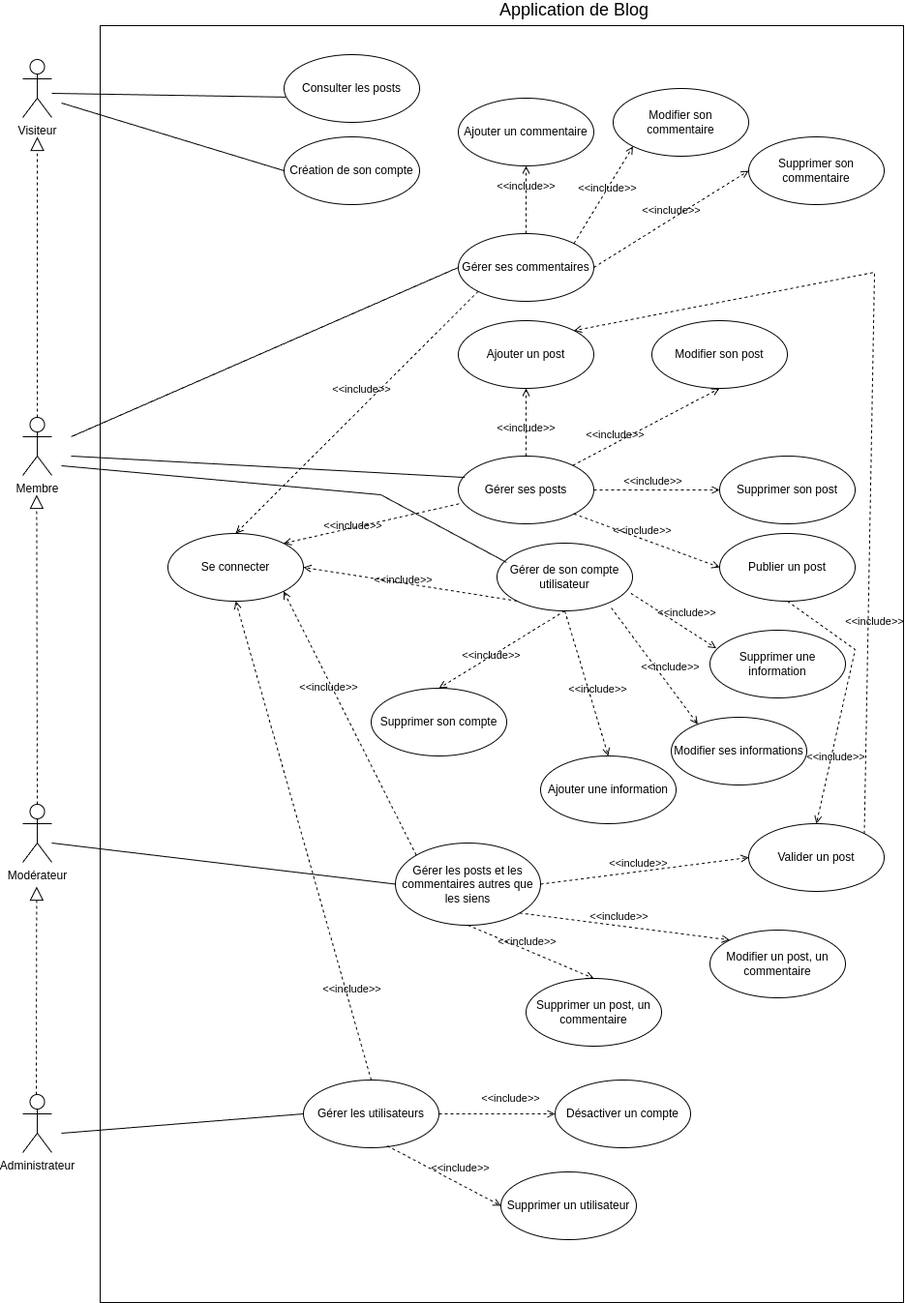
The draw.io diagram diagrammes/useCaseDiagram.drawio.png in GabrielSAPONARA/CreateYourFirstPhpBlog, before a commit. Source tidied: cells renumbered, new cells last; positions are measured from the earlier drawing's top-left corner, leaving out a move shared by most shapes.
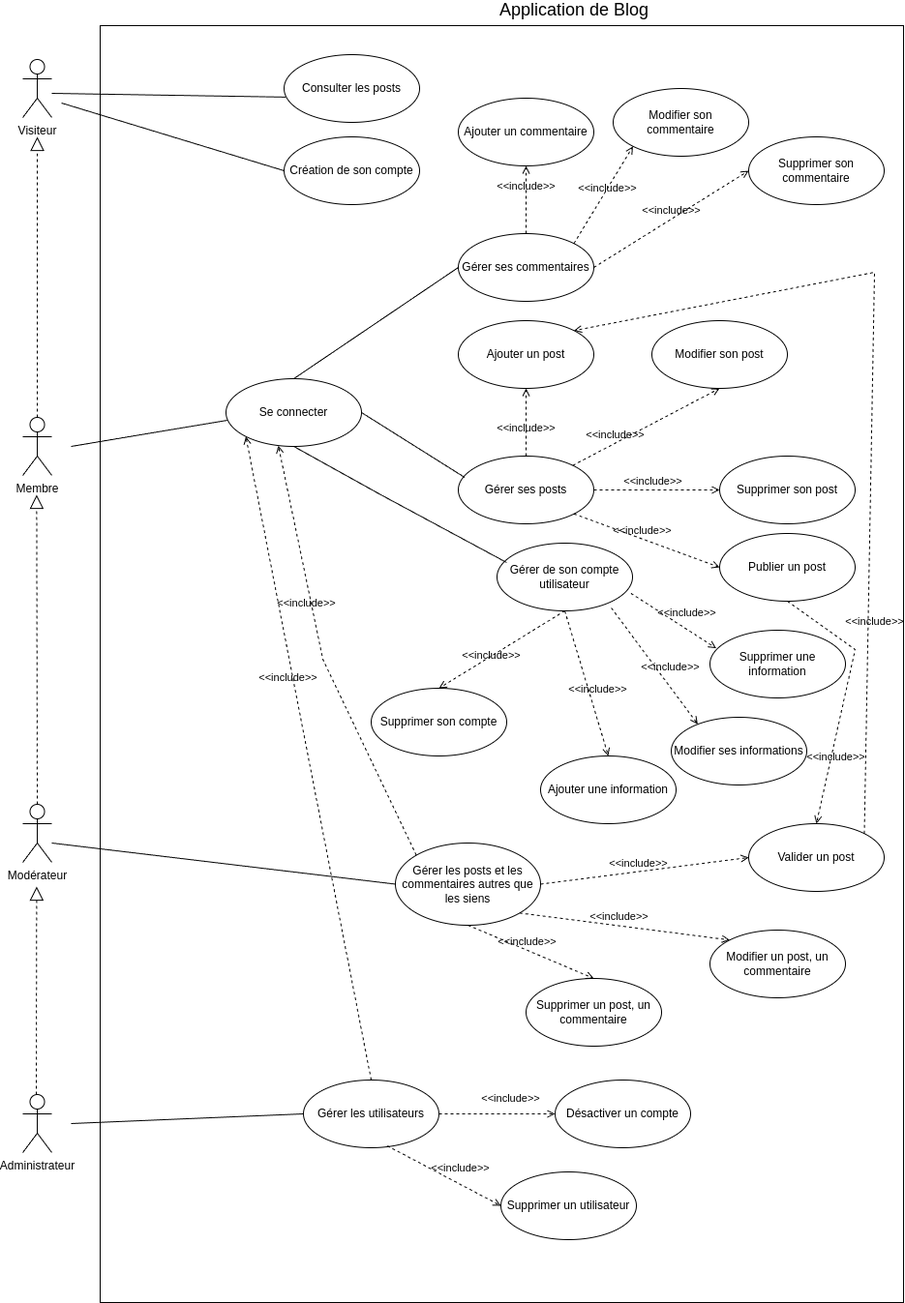
After the commit.

Commit message:
:memo: update use case diagram

Diff of the diagram source:
```diff
@@ -42,7 +42,7 @@
       <mxGeometry x="-0.06" relative="1" as="geometry" />
     </mxCell>
     <mxCell id="15" value="Se connecter" style="ellipse;whiteSpace=wrap;html=1;" parent="1" vertex="1">
-      <mxGeometry x="150" y="550" width="140" height="70" as="geometry" />
+      <mxGeometry x="210" y="390" width="140" height="70" as="geometry" />
     </mxCell>
     <mxCell id="16" value="Gérer les posts et les commentaires autres que les siens" style="ellipse;whiteSpace=wrap;html=1;" parent="1" vertex="1">
       <mxGeometry x="385" y="870" width="150" height="85" as="geometry" />
@@ -89,15 +89,6 @@
     <mxCell id="30" value="&amp;lt;&amp;lt;include&amp;gt;&amp;gt;" style="html=1;verticalAlign=bottom;labelBackgroundColor=none;endArrow=open;endFill=0;dashed=1;rounded=0;exitX=0.5;exitY=1;exitDx=0;exitDy=0;entryX=0.5;entryY=0;entryDx=0;entryDy=0;" parent="1" edge="1" source="23" target="24">
       <mxGeometry x="0.23" y="7" relative="1" as="geometry" />
     </mxCell>
-    <mxCell id="31" value="&amp;lt;&amp;lt;include&amp;gt;&amp;gt;" style="html=1;verticalAlign=bottom;labelBackgroundColor=none;endArrow=open;endFill=0;dashed=1;rounded=0;exitX=0.005;exitY=0.705;exitDx=0;exitDy=0;entryX=1;entryY=0;entryDx=0;entryDy=0;exitPerimeter=0;" parent="1" edge="1" source="9" target="15">
-      <mxGeometry x="0.23" y="7" relative="1" as="geometry" />
-    </mxCell>
-    <mxCell id="32" value="&amp;lt;&amp;lt;include&amp;gt;&amp;gt;" style="html=1;verticalAlign=bottom;labelBackgroundColor=none;endArrow=open;endFill=0;dashed=1;rounded=0;exitX=0;exitY=0;exitDx=0;exitDy=0;entryX=1;entryY=1;entryDx=0;entryDy=0;" parent="1" edge="1" source="16" target="15">
-      <mxGeometry x="0.23" y="7" relative="1" as="geometry" />
-    </mxCell>
-    <mxCell id="33" value="&amp;lt;&amp;lt;include&amp;gt;&amp;gt;" style="html=1;verticalAlign=bottom;labelBackgroundColor=none;endArrow=open;endFill=0;dashed=1;rounded=0;exitX=0.5;exitY=0;exitDx=0;exitDy=0;entryX=0.5;entryY=1;entryDx=0;entryDy=0;" parent="1" edge="1" source="20" target="15">
-      <mxGeometry x="-0.66" y="-4" relative="1" as="geometry" />
-    </mxCell>
     <mxCell id="34" value="&amp;lt;&amp;lt;include&amp;gt;&amp;gt;" style="html=1;verticalAlign=bottom;labelBackgroundColor=none;endArrow=open;endFill=0;dashed=1;rounded=0;exitX=1;exitY=0.5;exitDx=0;exitDy=0;entryX=0;entryY=0.5;entryDx=0;entryDy=0;" parent="1" edge="1" source="20" target="21">
       <mxGeometry x="0.23" y="7" relative="1" as="geometry" />
     </mxCell>
@@ -109,10 +100,8 @@
         <mxPoint x="30" y="95" as="targetPoint" />
       </mxGeometry>
     </mxCell>
-    <mxCell id="37" style="endArrow=none;html=1;rounded=0;exitX=0.047;exitY=0.315;exitDx=0;exitDy=0;exitPerimeter=0;" parent="1" edge="1" source="9">
-      <mxGeometry relative="1" as="geometry">
-        <mxPoint x="50" y="470" as="targetPoint" />
-      </mxGeometry>
+    <mxCell id="37" style="endArrow=none;html=1;rounded=0;exitX=0.047;exitY=0.315;exitDx=0;exitDy=0;exitPerimeter=0;entryX=1;entryY=0.5;entryDx=0;entryDy=0;" parent="1" edge="1" source="9" target="15">
+      <mxGeometry relative="1" as="geometry" />
     </mxCell>
     <mxCell id="38" value="Gérer ses commentaires" style="ellipse;whiteSpace=wrap;html=1;" parent="1" vertex="1">
       <mxGeometry x="450" y="240" width="140" height="70" as="geometry" />
@@ -140,10 +129,8 @@
     <mxCell id="45" value="&amp;lt;&amp;lt;include&amp;gt;&amp;gt;" style="html=1;verticalAlign=bottom;labelBackgroundColor=none;endArrow=open;endFill=0;dashed=1;rounded=0;exitX=1;exitY=0.5;exitDx=0;exitDy=0;entryX=0;entryY=0.5;entryDx=0;entryDy=0;" parent="1" edge="1" source="38" target="42">
       <mxGeometry relative="1" as="geometry" />
     </mxCell>
-    <mxCell id="46" style="endArrow=none;html=1;rounded=0;exitX=0;exitY=0.5;exitDx=0;exitDy=0;" parent="1" edge="1" source="38">
-      <mxGeometry relative="1" as="geometry">
-        <mxPoint x="50" y="450" as="targetPoint" />
-      </mxGeometry>
+    <mxCell id="46" style="endArrow=none;html=1;rounded=0;exitX=0;exitY=0.5;exitDx=0;exitDy=0;entryX=0.5;entryY=0;entryDx=0;entryDy=0;" parent="1" edge="1" source="38" target="15">
+      <mxGeometry relative="1" as="geometry" />
     </mxCell>
     <mxCell id="47" style="endArrow=block;dashed=1;endFill=0;endSize=12;html=1;rounded=0;exitX=0.5;exitY=0;exitDx=0;exitDy=0;exitPerimeter=0;" parent="1" edge="1" source="5">
       <mxGeometry relative="1" as="geometry">
@@ -183,23 +170,16 @@
     </mxCell>
     <mxCell id="56" style="endArrow=none;html=1;rounded=0;exitX=0;exitY=0.5;exitDx=0;exitDy=0;" parent="1" edge="1" source="20">
       <mxGeometry relative="1" as="geometry">
-        <mxPoint x="40" y="1170" as="targetPoint" />
+        <mxPoint x="50" y="1160" as="targetPoint" />
       </mxGeometry>
     </mxCell>
-    <mxCell id="57" value="&amp;lt;&amp;lt;include&amp;gt;&amp;gt;" style="html=1;verticalAlign=bottom;labelBackgroundColor=none;endArrow=open;endFill=0;dashed=1;rounded=0;exitX=0;exitY=1;exitDx=0;exitDy=0;entryX=1;entryY=0.5;entryDx=0;entryDy=0;" parent="1" edge="1" source="23" target="15">
-      <mxGeometry x="0.06" y="6" relative="1" as="geometry" />
-    </mxCell>
-    <mxCell id="58" style="endArrow=none;html=1;rounded=0;exitX=0.071;exitY=0.286;exitDx=0;exitDy=0;exitPerimeter=0;" parent="1" edge="1" source="23">
+    <mxCell id="58" style="endArrow=none;html=1;rounded=0;exitX=0.071;exitY=0.286;exitDx=0;exitDy=0;exitPerimeter=0;entryX=0.5;entryY=1;entryDx=0;entryDy=0;" parent="1" edge="1" source="23" target="15">
       <mxGeometry relative="1" as="geometry">
-        <mxPoint x="40" y="480" as="targetPoint" />
         <Array as="points">
           <mxPoint x="370" y="510" />
         </Array>
       </mxGeometry>
     </mxCell>
-    <mxCell id="59" value="&amp;lt;&amp;lt;include&amp;gt;&amp;gt;" style="html=1;verticalAlign=bottom;labelBackgroundColor=none;endArrow=open;endFill=0;dashed=1;rounded=0;exitX=0;exitY=1;exitDx=0;exitDy=0;entryX=0.5;entryY=0;entryDx=0;entryDy=0;" parent="1" edge="1" source="38" target="15">
-      <mxGeometry x="-0.08" y="-7" relative="1" as="geometry" />
-    </mxCell>
     <mxCell id="60" value="&lt;span style=&quot;font-size: 18px;&quot;&gt;Application de Blog&lt;/span&gt;&lt;div&gt;&lt;span style=&quot;font-size: 18px;&quot;&gt;&lt;br&gt;&lt;/span&gt;&lt;/div&gt;" style="text;html=1;align=center;verticalAlign=middle;whiteSpace=wrap;rounded=0;" parent="1" vertex="1">
       <mxGeometry x="440" width="260" height="40" as="geometry" />
     </mxCell>
@@ -224,5 +204,20 @@
         <mxPoint y="-1" as="offset" />
       </mxGeometry>
     </mxCell>
+    <mxCell id="65" style="endArrow=none;html=1;rounded=0;exitX=0.009;exitY=0.614;exitDx=0;exitDy=0;exitPerimeter=0;" parent="1" edge="1" source="15">
+      <mxGeometry relative="1" as="geometry">
+        <mxPoint x="50" y="460" as="targetPoint" />
+      </mxGeometry>
+    </mxCell>
+    <mxCell id="33" value="&amp;lt;&amp;lt;include&amp;gt;&amp;gt;" style="html=1;verticalAlign=bottom;labelBackgroundColor=none;endArrow=open;endFill=0;dashed=1;rounded=0;exitX=0.5;exitY=0;exitDx=0;exitDy=0;entryX=0;entryY=1;entryDx=0;entryDy=0;" parent="1" edge="1" source="20" target="15">
+      <mxGeometry x="0.23" y="7" relative="1" as="geometry" />
+    </mxCell>
+    <mxCell id="32" value="&amp;lt;&amp;lt;include&amp;gt;&amp;gt;" style="html=1;verticalAlign=bottom;labelBackgroundColor=none;endArrow=open;endFill=0;dashed=1;rounded=0;exitX=0;exitY=0;exitDx=0;exitDy=0;entryX=0.386;entryY=0.987;entryDx=0;entryDy=0;entryPerimeter=0;" parent="1" edge="1" source="16" target="15">
+      <mxGeometry x="0.23" y="7" relative="1" as="geometry">
+        <Array as="points">
+          <mxPoint x="310" y="680" />
+        </Array>
+      </mxGeometry>
+    </mxCell>
   </root>
 </mxGraphModel>
```
